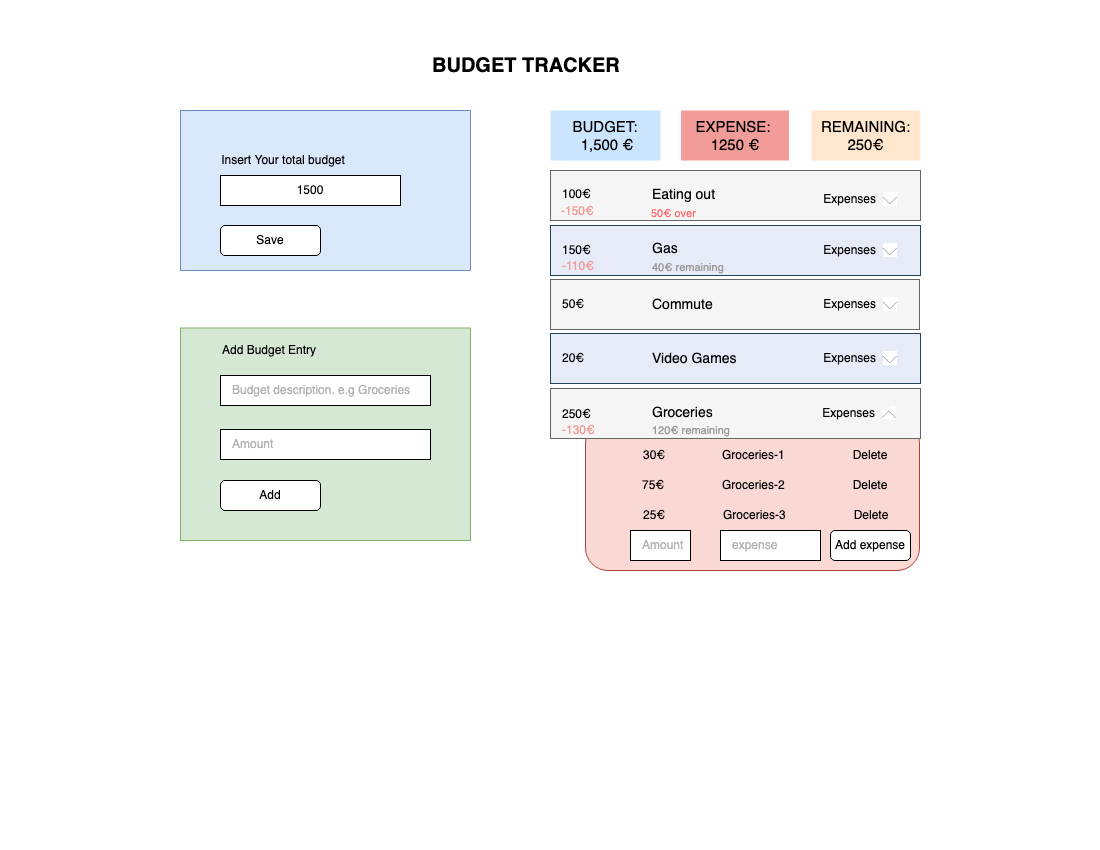
mekbib-tekle/budget-tracker keeps this draw.io diagram as public/budget-tracker.drawio.png. Above is the earlier version. Source tidied: cells renumbered, new cells last; positions are measured from the earlier drawing's top-left corner, leaving out a move shared by most shapes.
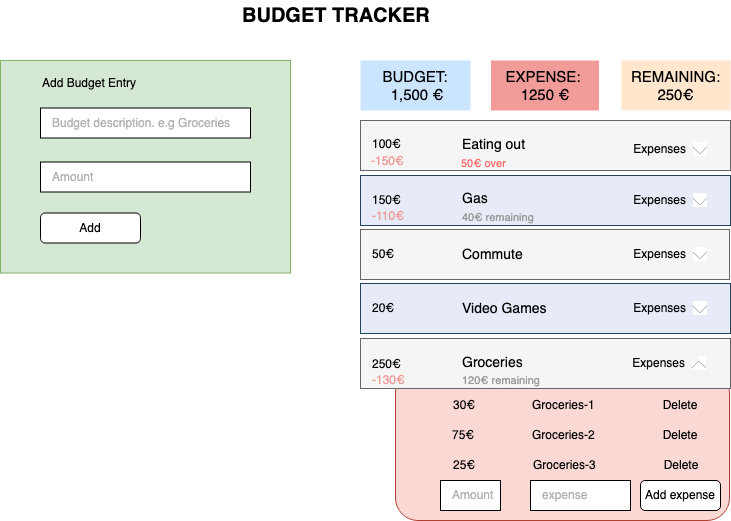
Later version of the same file.

Diff of the diagram source:
```diff
@@ -21,28 +21,16 @@
       <mxGeometry x="370" y="120" width="370" height="50" as="geometry" />
     </mxCell>
     <mxCell id="8" style="rounded=0;whiteSpace=wrap;html=1;fillColor=#d5e8d4;strokeColor=#82b366;" parent="1" vertex="1">
-      <mxGeometry y="277.5" width="290" height="212.5" as="geometry" />
+      <mxGeometry x="10" y="60" width="290" height="212.5" as="geometry" />
     </mxCell>
-    <mxCell id="9" style="rounded=0;whiteSpace=wrap;html=1;fillColor=#dae8fc;strokeColor=#6c8ebf;" parent="1" vertex="1">
-      <mxGeometry y="60" width="290" height="160" as="geometry" />
-    </mxCell>
-    <mxCell id="10" value="1500" style="rounded=0;whiteSpace=wrap;html=1;" parent="1" vertex="1">
-      <mxGeometry x="40" y="125" width="180" height="30" as="geometry" />
-    </mxCell>
-    <mxCell id="11" value="Insert Your total budget" style="text;html=1;strokeColor=none;fillColor=none;align=center;verticalAlign=middle;whiteSpace=wrap;rounded=0;" parent="1" vertex="1">
-      <mxGeometry x="18" y="95" width="170" height="30" as="geometry" />
-    </mxCell>
-    <mxCell id="12" value="Save" style="rounded=1;whiteSpace=wrap;html=1;" parent="1" vertex="1">
-      <mxGeometry x="40" y="175" width="100" height="30" as="geometry" />
-    </mxCell>
     <mxCell id="13" value="&lt;font color=&quot;#b3b3b3&quot;&gt;&amp;nbsp; &amp;nbsp;Budget description. e.g Groceries&lt;/font&gt;" style="rounded=0;whiteSpace=wrap;html=1;align=left;" parent="1" vertex="1">
-      <mxGeometry x="40" y="325" width="210" height="30" as="geometry" />
+      <mxGeometry x="50" y="107.5" width="210" height="30" as="geometry" />
     </mxCell>
     <mxCell id="14" value="Add Budget Entry" style="text;html=1;strokeColor=none;fillColor=none;align=left;verticalAlign=middle;whiteSpace=wrap;rounded=0;" parent="1" vertex="1">
-      <mxGeometry x="40" y="285" width="170" height="30" as="geometry" />
+      <mxGeometry x="50" y="67.5" width="170" height="30" as="geometry" />
     </mxCell>
     <mxCell id="15" value="Add" style="rounded=1;whiteSpace=wrap;html=1;" parent="1" vertex="1">
-      <mxGeometry x="40" y="430" width="100" height="30" as="geometry" />
+      <mxGeometry x="50" y="212.5" width="100" height="30" as="geometry" />
     </mxCell>
     <mxCell id="16" value="Eating out" style="text;html=1;strokeColor=none;fillColor=none;align=left;verticalAlign=middle;whiteSpace=wrap;rounded=0;fontColor=#000000;fontSize=14;" parent="1" vertex="1">
       <mxGeometry x="470" y="129" width="80" height="30" as="geometry" />
@@ -87,7 +75,7 @@
       <mxGeometry x="631" y="60" width="109" height="50" as="geometry" />
     </mxCell>
     <mxCell id="30" value="&lt;font color=&quot;#b3b3b3&quot;&gt;&amp;nbsp; &amp;nbsp;Amount&lt;/font&gt;" style="rounded=0;whiteSpace=wrap;html=1;align=left;" parent="1" vertex="1">
-      <mxGeometry x="40" y="379" width="210" height="30" as="geometry" />
+      <mxGeometry x="50" y="161.5" width="210" height="30" as="geometry" />
     </mxCell>
     <mxCell id="31" value="Groceries-1" style="text;html=1;strokeColor=none;fillColor=none;align=left;verticalAlign=middle;whiteSpace=wrap;rounded=0;fontColor=#000000;" parent="1" vertex="1">
       <mxGeometry x="540" y="390" width="80" height="30" as="geometry" />
```
